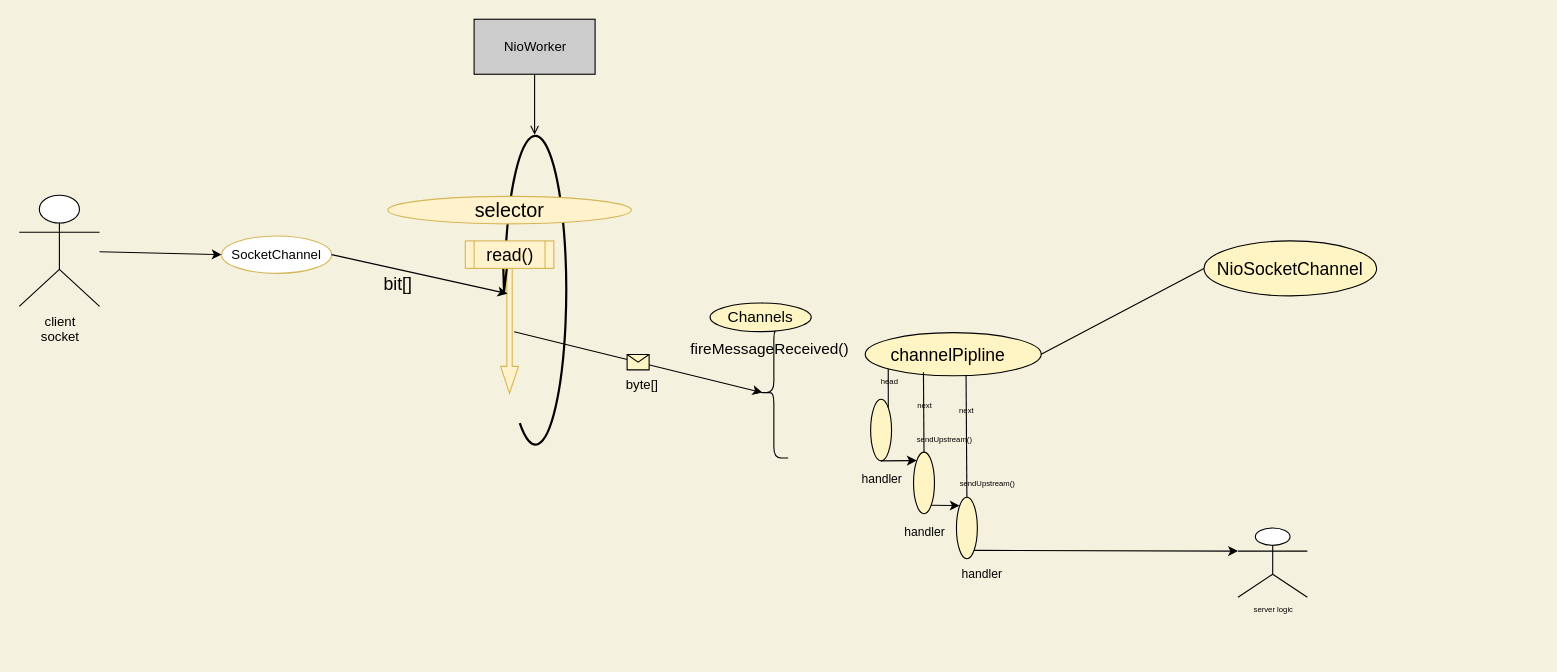
11800222/MeleyForDiagramsStorage keeps this draw.io diagram as readingClientSocket.drawio. Above is the earlier version. Source tidied: cells renumbered, new cells numbered last; positions are measured from the earlier drawing's top-left corner, leaving out a move shared by most shapes. Both pictures are drawn from the tidied source at 110%, with x=0, y=0 at pixel (19, 19).
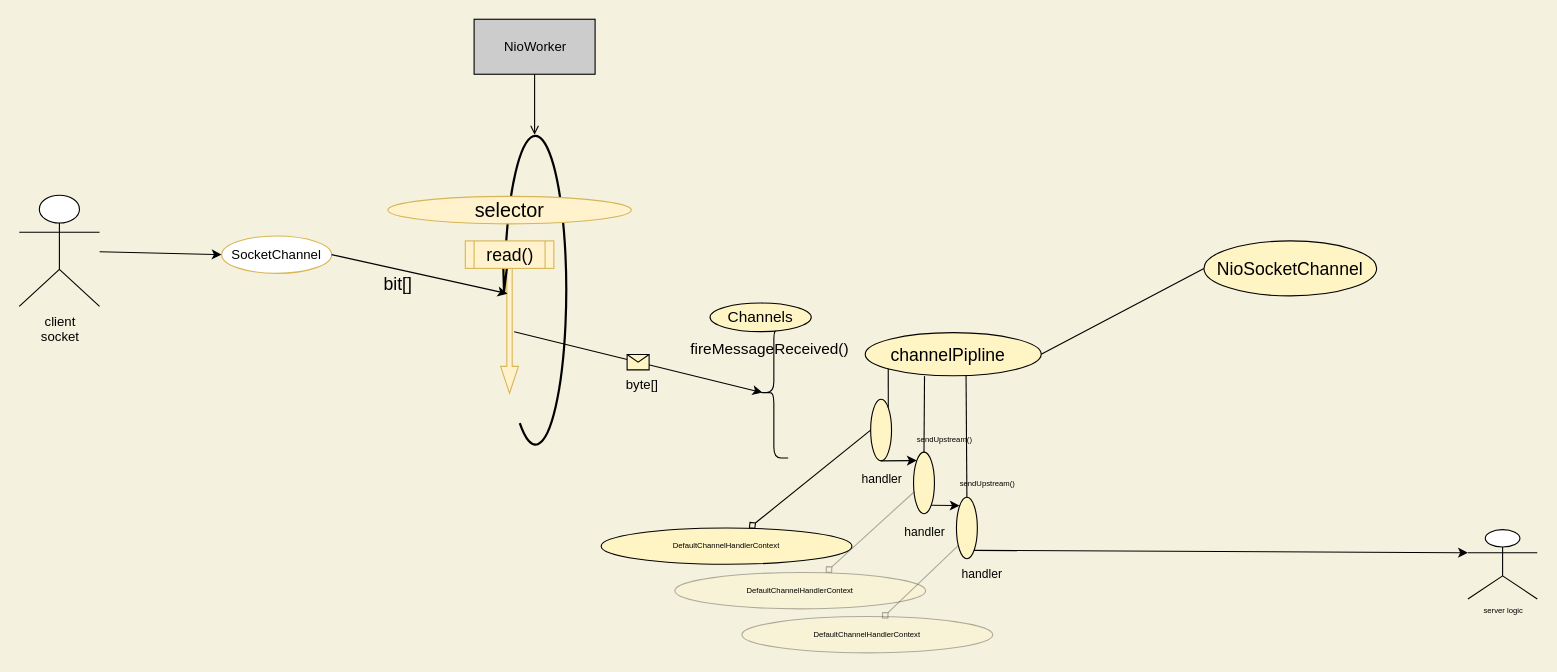
Above is the later version.

Unchanged cells that the change refers to:
```xml
<mxCell id="17" style="ellipse;whiteSpace=wrap;html=1;fontFamily=Helvetica;fontSize=14;fontColor=default;align=center;strokeColor=default;fillColor=#FFF4C3;rotation=90;" parent="1" vertex="1">
  <mxGeometry x="829.4" y="224.5" width="39.3" height="160" as="geometry" />
</mxCell>
<mxCell id="23" style="ellipse;whiteSpace=wrap;html=1;fontSize=16;fillColor=#FFF4C3;" parent="1" vertex="1">
  <mxGeometry x="774" y="345.5" width="19" height="56" as="geometry" />
</mxCell>
<mxCell id="24" style="ellipse;whiteSpace=wrap;html=1;fontSize=16;fillColor=#FFF4C3;" parent="1" vertex="1">
  <mxGeometry x="813" y="393.5" width="19" height="56" as="geometry" />
</mxCell>
<mxCell id="26" style="ellipse;whiteSpace=wrap;html=1;fontSize=16;fillColor=#FFF4C3;" parent="1" vertex="1">
  <mxGeometry x="852" y="434.5" width="19" height="56" as="geometry" />
</mxCell>
<mxCell id="28" style="endArrow=none;html=1;rounded=0;fontSize=16;entryX=1;entryY=0;entryDx=0;entryDy=0;exitX=0.843;exitY=0.869;exitDx=0;exitDy=0;exitPerimeter=0;strokeWidth=1;endFill=0;" parent="1" edge="1" source="17" target="23">
  <mxGeometry relative="1" as="geometry" />
</mxCell>
<mxCell id="39" style="endArrow=none;html=1;rounded=0;fontSize=7;entryX=0.5;entryY=0;entryDx=0;entryDy=0;exitX=0.985;exitY=0.427;exitDx=0;exitDy=0;exitPerimeter=0;strokeWidth=1;endFill=0;" parent="1" edge="1" source="17" target="26">
  <mxGeometry relative="1" as="geometry" />
</mxCell>
```

Diff of the diagram source:
```diff
@@
-    <mxCell id="29" value="head" style="edgeLabel;html=1;align=center;verticalAlign=middle;fontSize=7;labelBackgroundColor=none;" parent="28" vertex="1">
-      <mxGeometry x="-0.29" relative="1" as="geometry" />
-    </mxCell>
@@
     <mxCell id="35" value="server logic" style="shape=umlActor;verticalLabelPosition=bottom;verticalAlign=top;html=1;outlineConnect=0;fontSize=7;fillColor=#FFFFFF;" parent="1" vertex="1">
-      <mxGeometry x="1108" y="462.5" width="63" height="63" as="geometry" />
+      <mxGeometry x="1317" y="464" width="63" height="63" as="geometry" />
     </mxCell>
@@
-    <mxCell id="37" style="endArrow=none;html=1;rounded=0;fontSize=7;entryX=0.5;entryY=0;entryDx=0;entryDy=0;strokeWidth=1;endFill=0;" parent="1" edge="1" target="24">
-      <mxGeometry relative="1" as="geometry">
-        <mxPoint x="822" y="321" as="sourcePoint" />
-      </mxGeometry>
+    <mxCell id="37" style="endArrow=none;html=1;rounded=0;fontSize=7;entryX=0.5;entryY=0;entryDx=0;entryDy=0;strokeWidth=1;endFill=0;exitX=1.007;exitY=0.663;exitDx=0;exitDy=0;exitPerimeter=0;" parent="1" edge="1" source="17" target="24">
+      <mxGeometry relative="1" as="geometry" />
     </mxCell>
-    <mxCell id="38" value="next" style="edgeLabel;html=1;align=center;verticalAlign=middle;fontSize=7;labelBackgroundColor=none;" parent="37" vertex="1">
-      <mxGeometry x="-0.15" relative="1" as="geometry" />
-    </mxCell>
@@
-    <mxCell id="40" value="next" style="edgeLabel;html=1;align=center;verticalAlign=middle;fontSize=7;labelBackgroundColor=none;" parent="39" vertex="1">
-      <mxGeometry x="-0.43" relative="1" as="geometry" />
-    </mxCell>
+    <mxCell id="41" value="&lt;span style=&quot;font-size: 7px;&quot;&gt;DefaultChannelHandlerContext&lt;/span&gt;" style="ellipse;whiteSpace=wrap;html=1;labelBackgroundColor=none;fontSize=7;fillColor=#FFF4C3;" parent="1" vertex="1">
+      <mxGeometry x="529" y="462.5" width="228" height="33" as="geometry" />
+    </mxCell>
+    <mxCell id="42" style="endArrow=none;html=1;rounded=0;fontSize=7;strokeWidth=1;entryX=0;entryY=0.5;entryDx=0;entryDy=0;startArrow=diamond;startFill=0;endFill=0;" parent="1" edge="1" source="41" target="23">
+      <mxGeometry relative="1" as="geometry" />
+    </mxCell>
+    <mxCell id="43" value="&lt;span style=&quot;font-size: 7px;&quot;&gt;DefaultChannelHandlerContext&lt;/span&gt;" style="ellipse;whiteSpace=wrap;html=1;labelBackgroundColor=none;fontSize=7;fillColor=#FFF4C3;opacity=30;" parent="1" vertex="1">
+      <mxGeometry x="596" y="503" width="228" height="33" as="geometry" />
+    </mxCell>
+    <mxCell id="44" value="&lt;span style=&quot;font-size: 7px;&quot;&gt;DefaultChannelHandlerContext&lt;/span&gt;" style="ellipse;whiteSpace=wrap;html=1;labelBackgroundColor=none;fontSize=7;fillColor=#FFF4C3;opacity=30;" parent="1" vertex="1">
+      <mxGeometry x="657" y="543" width="228" height="33" as="geometry" />
+    </mxCell>
+    <mxCell id="45" style="endArrow=none;html=1;rounded=0;fontSize=7;strokeWidth=1;startArrow=diamond;startFill=0;endFill=0;exitX=0.601;exitY=0;exitDx=0;exitDy=0;exitPerimeter=0;opacity=30;" parent="1" edge="1" source="43" target="24">
+      <mxGeometry relative="1" as="geometry" />
+    </mxCell>
+    <mxCell id="46" style="endArrow=none;html=1;rounded=0;fontSize=7;strokeWidth=1;entryX=0.083;entryY=0.787;entryDx=0;entryDy=0;startArrow=diamond;startFill=0;endFill=0;entryPerimeter=0;exitX=0.558;exitY=0.054;exitDx=0;exitDy=0;exitPerimeter=0;opacity=30;" parent="1" edge="1" source="44" target="26">
+      <mxGeometry relative="1" as="geometry" />
+    </mxCell>
```
